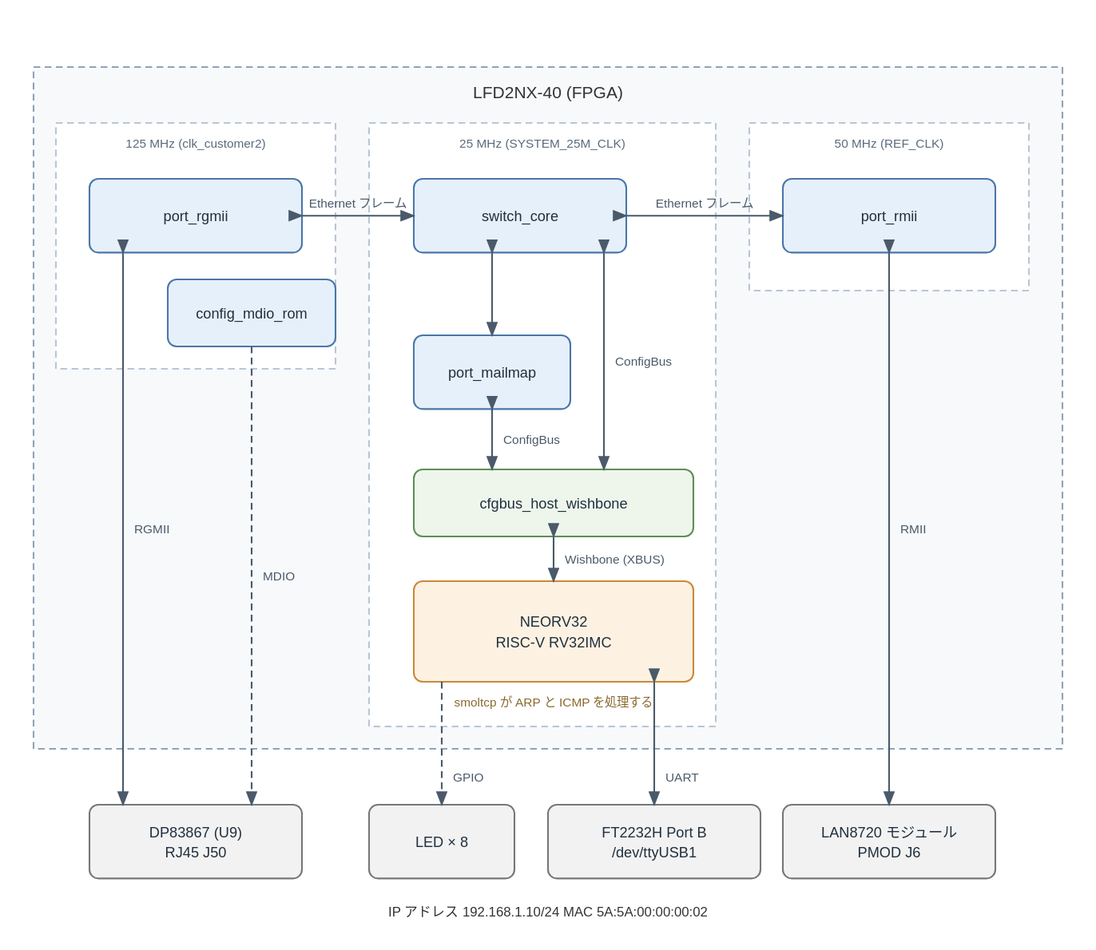
Before: projects/managed_switch/doc/managed_switch_block.drawio.svg, a diagram exported from draw.io (miya930/certus-nx-hello). Source tidied: cells renumbered, new cells last; positions are measured from the earlier drawing's top-left corner, leaving out a move shared by most shapes.
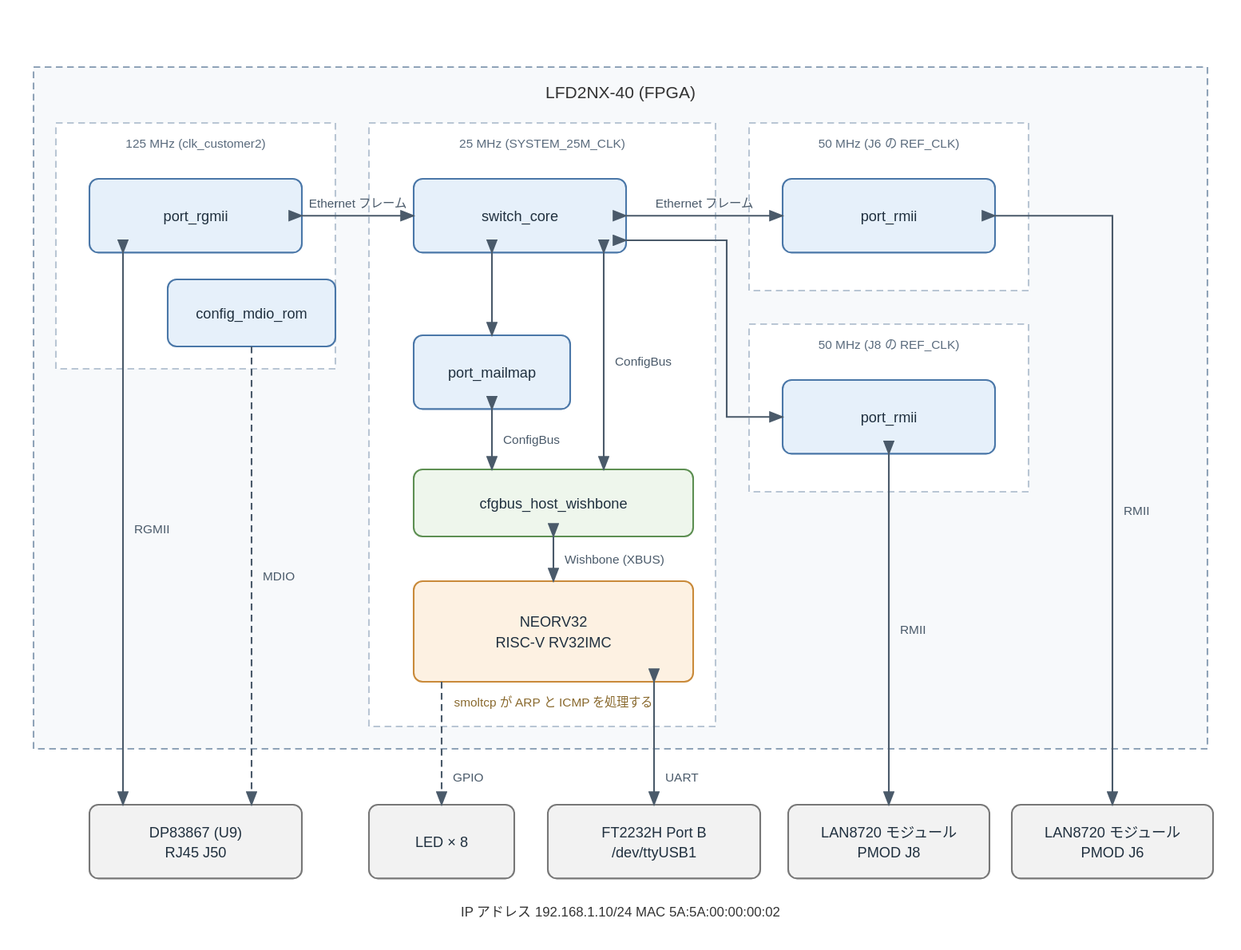
The same file after the commit.

Commit message:
Add a second RMII port on PMOD J8

Diff of the diagram source:
```diff
@@ -3,7 +3,7 @@
     <mxCell id="0" />
     <mxCell id="1" parent="0" />
     <mxCell id="2" style="rounded=0;dashed=1;dashPattern=6 4;whiteSpace=wrap;html=1;fillColor=#f7f9fb;strokeColor=#8fa3b8;verticalAlign=middle;fontSize=13;" parent="1" vertex="1">
-      <mxGeometry x="55" width="920" height="610" as="geometry" />
+      <mxGeometry x="55" width="1050" height="610" as="geometry" />
     </mxCell>
     <mxCell id="3" style="rounded=0;dashed=1;dashPattern=6 4;whiteSpace=wrap;html=1;fillColor=#ffffff;strokeColor=#b9c6d4;verticalAlign=middle;fontSize=13;" parent="1" vertex="1">
       <mxGeometry x="75" y="50" width="250" height="220" as="geometry" />
@@ -14,6 +14,9 @@
     <mxCell id="5" style="rounded=0;dashed=1;dashPattern=6 4;whiteSpace=wrap;html=1;fillColor=#ffffff;strokeColor=#b9c6d4;verticalAlign=middle;fontSize=13;" parent="1" vertex="1">
       <mxGeometry x="695" y="50" width="250" height="150" as="geometry" />
     </mxCell>
+    <mxCell id="34" style="rounded=0;dashed=1;dashPattern=6 4;whiteSpace=wrap;html=1;fillColor=#ffffff;strokeColor=#b9c6d4;verticalAlign=middle;fontSize=13;" parent="1" vertex="1">
+      <mxGeometry x="695" y="230" width="250" height="150" as="geometry" />
+    </mxCell>
     <mxCell id="6" value="port_rgmii" style="rounded=1;arcSize=8;dashed=0;whiteSpace=wrap;html=1;fillColor=#e6f0fa;strokeColor=#4a77a8;verticalAlign=middle;fontSize=13;" parent="1" vertex="1">
       <mxGeometry x="105" y="100" width="190" height="66" as="geometry" />
     </mxCell>
@@ -26,6 +29,9 @@
     <mxCell id="9" value="port_rmii" style="rounded=1;arcSize=8;dashed=0;whiteSpace=wrap;html=1;fillColor=#e6f0fa;strokeColor=#4a77a8;verticalAlign=middle;fontSize=13;" parent="1" vertex="1">
       <mxGeometry x="725" y="100" width="190" height="66" as="geometry" />
     </mxCell>
+    <mxCell id="35" value="port_rmii" style="rounded=1;arcSize=8;dashed=0;whiteSpace=wrap;html=1;fillColor=#e6f0fa;strokeColor=#4a77a8;verticalAlign=middle;fontSize=13;" parent="1" vertex="1">
+      <mxGeometry x="725" y="280" width="190" height="66" as="geometry" />
+    </mxCell>
     <mxCell id="10" value="port_mailmap" style="rounded=1;arcSize=8;dashed=0;whiteSpace=wrap;html=1;fillColor=#e6f0fa;strokeColor=#4a77a8;verticalAlign=middle;fontSize=13;" parent="1" vertex="1">
       <mxGeometry x="395" y="240" width="140" height="66" as="geometry" />
     </mxCell>
@@ -44,8 +50,11 @@
     <mxCell id="15" value="FT2232H Port B&#10;/dev/ttyUSB1" style="rounded=1;arcSize=8;dashed=0;whiteSpace=wrap;html=1;fillColor=#f2f2f2;strokeColor=#777777;verticalAlign=middle;fontSize=13;" parent="1" vertex="1">
       <mxGeometry x="515" y="660" width="190" height="66" as="geometry" />
     </mxCell>
+    <mxCell id="36" value="LAN8720 モジュール&#10;PMOD J8" style="rounded=1;arcSize=8;dashed=0;whiteSpace=wrap;html=1;fillColor=#f2f2f2;strokeColor=#777777;verticalAlign=middle;fontSize=13;" parent="1" vertex="1">
+      <mxGeometry x="730" y="660" width="180" height="66" as="geometry" />
+    </mxCell>
     <mxCell id="16" value="LAN8720 モジュール&#10;PMOD J6" style="rounded=1;arcSize=8;dashed=0;whiteSpace=wrap;html=1;fillColor=#f2f2f2;strokeColor=#777777;verticalAlign=middle;fontSize=13;" parent="1" vertex="1">
-      <mxGeometry x="725" y="660" width="190" height="66" as="geometry" />
+      <mxGeometry x="930" y="660" width="180" height="66" as="geometry" />
     </mxCell>
     <mxCell id="17" value="Ethernet フレーム" style="edgeStyle=orthogonalEdgeStyle;html=1;endArrow=classic;endFill=1;startArrow=classic;startFill=1;strokeColor=#4a5a6a;fontSize=11;" parent="1" edge="1">
       <mxGeometry relative="1" as="geometry">
@@ -97,10 +106,29 @@
     </mxCell>
     <mxCell id="25" value="RMII" style="edgeStyle=orthogonalEdgeStyle;html=1;endArrow=classic;endFill=1;startArrow=classic;startFill=1;strokeColor=#4a5a6a;fontSize=11;" parent="1" edge="1">
       <mxGeometry relative="1" as="geometry">
-        <mxPoint x="820" y="166" as="sourcePoint" />
-        <mxPoint x="820" y="660" as="targetPoint" />
+        <mxPoint x="915" y="133" as="sourcePoint" />
+        <mxPoint x="1020" y="660" as="targetPoint" />
+        <Array as="points">
+          <mxPoint x="1020" y="133" />
+        </Array>
       </mxGeometry>
     </mxCell>
+    <mxCell id="37" style="edgeStyle=orthogonalEdgeStyle;html=1;endArrow=classic;endFill=1;startArrow=classic;startFill=1;strokeColor=#4a5a6a;fontSize=11;" parent="1" edge="1">
+      <mxGeometry relative="1" as="geometry">
+        <mxPoint x="585" y="155" as="sourcePoint" />
+        <mxPoint x="725" y="313" as="targetPoint" />
+        <Array as="points">
+          <mxPoint x="675" y="155" />
+          <mxPoint x="675" y="313" />
+        </Array>
+      </mxGeometry>
+    </mxCell>
+    <mxCell id="38" value="RMII" style="edgeStyle=orthogonalEdgeStyle;html=1;endArrow=classic;endFill=1;startArrow=classic;startFill=1;strokeColor=#4a5a6a;fontSize=11;" parent="1" edge="1">
+      <mxGeometry relative="1" as="geometry">
+        <mxPoint x="820" y="346" as="sourcePoint" />
+        <mxPoint x="820" y="660" as="targetPoint" />
+      </mxGeometry>
+    </mxCell>
     <mxCell id="26" value="GPIO" style="edgeStyle=orthogonalEdgeStyle;html=1;endArrow=classic;endFill=1;startArrow=none;dashed=1;dashPattern=6 4;strokeColor=#4a5a6a;fontSize=11;" parent="1" edge="1">
       <mxGeometry relative="1" as="geometry">
         <mxPoint x="420" y="550" as="sourcePoint" />
@@ -114,7 +142,7 @@
       </mxGeometry>
     </mxCell>
     <mxCell id="28" value="LFD2NX-40 (FPGA)" style="text;html=1;align=center;verticalAlign=middle;fontSize=15;fontColor=#333333;" parent="1" vertex="1">
-      <mxGeometry x="315" y="16" width="400" height="24" as="geometry" />
+      <mxGeometry x="380" y="16" width="400" height="24" as="geometry" />
     </mxCell>
     <mxCell id="29" value="125 MHz (clk_customer2)" style="text;html=1;align=center;verticalAlign=middle;fontSize=11;fontColor=#5a6b7d;" parent="1" vertex="1">
       <mxGeometry y="60" width="400" height="24" as="geometry" />
@@ -122,14 +150,17 @@
     <mxCell id="30" value="25 MHz (SYSTEM_25M_CLK)" style="text;html=1;align=center;verticalAlign=middle;fontSize=11;fontColor=#5a6b7d;" parent="1" vertex="1">
       <mxGeometry x="310" y="60" width="400" height="24" as="geometry" />
     </mxCell>
-    <mxCell id="31" value="50 MHz (REF_CLK)" style="text;html=1;align=center;verticalAlign=middle;fontSize=11;fontColor=#5a6b7d;" parent="1" vertex="1">
+    <mxCell id="31" value="50 MHz (J6 の REF_CLK)" style="text;html=1;align=center;verticalAlign=middle;fontSize=11;fontColor=#5a6b7d;" parent="1" vertex="1">
       <mxGeometry x="620" y="60" width="400" height="24" as="geometry" />
     </mxCell>
+    <mxCell id="39" value="50 MHz (J8 の REF_CLK)" style="text;html=1;align=center;verticalAlign=middle;fontSize=11;fontColor=#5a6b7d;" parent="1" vertex="1">
+      <mxGeometry x="620" y="240" width="400" height="24" as="geometry" />
+    </mxCell>
     <mxCell id="32" value="smoltcp が ARP と ICMP を処理する" style="text;html=1;align=center;verticalAlign=middle;fontSize=11;fontColor=#8a6a2f;" parent="1" vertex="1">
       <mxGeometry x="320" y="560" width="400" height="24" as="geometry" />
     </mxCell>
     <mxCell id="33" value="IP アドレス 192.168.1.10/24   MAC 5A:5A:00:00:00:02" style="text;html=1;align=center;verticalAlign=middle;fontSize=12;fontColor=#333333;" parent="1" vertex="1">
-      <mxGeometry x="315" y="748" width="400" height="24" as="geometry" />
+      <mxGeometry x="380" y="748" width="400" height="24" as="geometry" />
     </mxCell>
   </root>
 </mxGraphModel>
```
